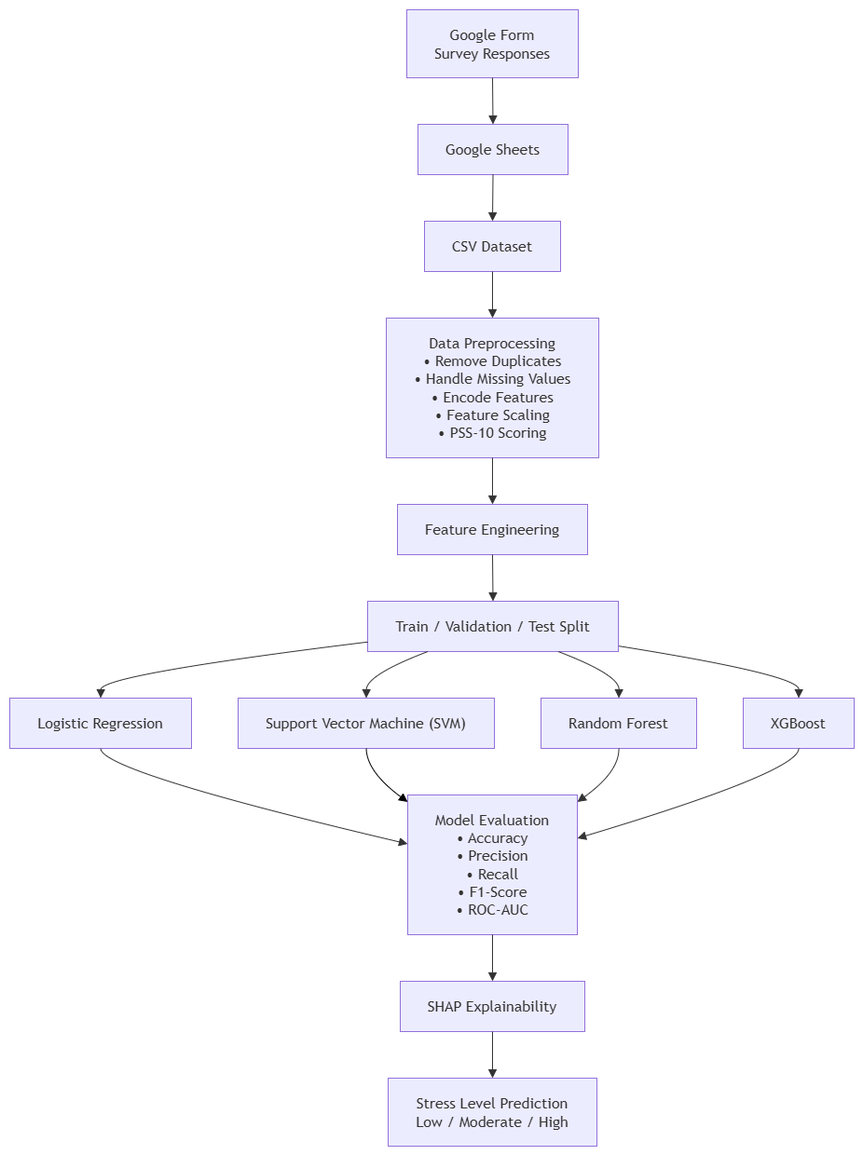
Before: images/architecture_diagram.png, a diagram exported from draw.io (ISURUNIMESH/stress-prediction-xai). Source tidied: cells renumbered, new cells last; positions are measured from the earlier drawing's top-left corner, leaving out a move shared by most shapes.
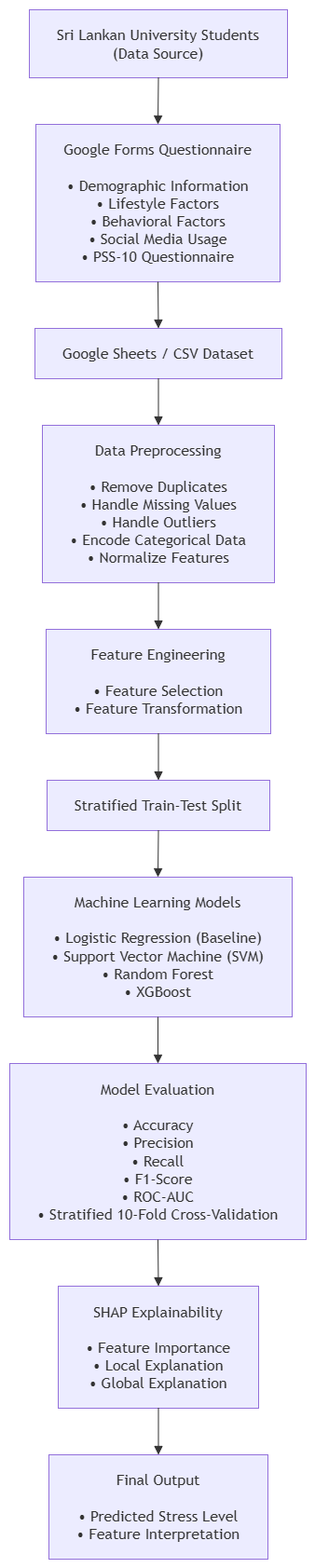
Later version of the same file.

The edit, as a diff of the source:
```diff
@@ -1,127 +1,66 @@
-<mxGraphModel background="light-dark(#FFFFFF,#FFFFFF)">
+<mxGraphModel>
   <root>
     <mxCell id="0" />
     <mxCell id="1" parent="0" />
     <mxCell id="2" style="group;transparentBounds=1;editIcon=1;lockedGroup=0;groupPadding=10;" parent="1" vertex="1">
       <mxGeometry as="geometry" />
     </mxCell>
-    <mxCell id="3" value="Google Form&#10;Survey Responses" style="html=1;whiteSpace=wrap;strokeWidth=1;fillColor=light-dark(#ECECFF,#1f2020);strokeColor=light-dark(#9370DB,#cccccc);fontColor=light-dark(#333333,#cccccc);fontFamily=Trebuchet MS,Verdana,Arial,sans-serif;fontSize=16;" parent="2" vertex="1">
-      <mxGeometry x="456" y="30" width="184" height="73" as="geometry" />
-    </mxCell>
-    <mxCell id="4" value="Google Sheets" style="html=1;whiteSpace=wrap;strokeWidth=1;fillColor=light-dark(#ECECFF,#1f2020);strokeColor=light-dark(#9370DB,#cccccc);fontColor=light-dark(#333333,#cccccc);fontFamily=Trebuchet MS,Verdana,Arial,sans-serif;fontSize=16;" parent="2" vertex="1">
-      <mxGeometry x="468" y="153" width="161" height="54" as="geometry" />
-    </mxCell>
-    <mxCell id="5" value="CSV Dataset" style="html=1;whiteSpace=wrap;strokeWidth=1;fillColor=light-dark(#ECECFF,#1f2020);strokeColor=light-dark(#9370DB,#cccccc);fontColor=light-dark(#333333,#cccccc);fontFamily=Trebuchet MS,Verdana,Arial,sans-serif;fontSize=16;" parent="2" vertex="1">
-      <mxGeometry x="475" y="257" width="146" height="54" as="geometry" />
-    </mxCell>
-    <mxCell id="6" value="Data Preprocessing&#10;• Remove Duplicates&#10;• Handle Missing Values&#10;• Encode Features&#10;• Feature Scaling&#10;• PSS-10 Scoring" style="html=1;whiteSpace=wrap;strokeWidth=1;fillColor=light-dark(#ECECFF,#1f2020);strokeColor=light-dark(#9370DB,#cccccc);fontColor=light-dark(#333333,#cccccc);fontFamily=Trebuchet MS,Verdana,Arial,sans-serif;fontSize=16;" parent="2" vertex="1">
-      <mxGeometry x="434" y="361" width="228" height="150" as="geometry" />
-    </mxCell>
-    <mxCell id="7" value="Feature Engineering" style="html=1;whiteSpace=wrap;strokeWidth=1;fillColor=light-dark(#ECECFF,#1f2020);strokeColor=light-dark(#9370DB,#cccccc);fontColor=light-dark(#333333,#cccccc);fontFamily=Trebuchet MS,Verdana,Arial,sans-serif;fontSize=16;" parent="2" vertex="1">
-      <mxGeometry x="446" y="561" width="204" height="54" as="geometry" />
-    </mxCell>
-    <mxCell id="8" value="Train / Validation / Test Split" style="html=1;whiteSpace=wrap;strokeWidth=1;fillColor=light-dark(#ECECFF,#1f2020);strokeColor=light-dark(#9370DB,#cccccc);fontColor=light-dark(#333333,#cccccc);fontFamily=Trebuchet MS,Verdana,Arial,sans-serif;fontSize=16;" parent="2" vertex="1">
-      <mxGeometry x="414" y="665" width="269" height="54" as="geometry" />
-    </mxCell>
-    <mxCell id="9" value="Logistic Regression" style="html=1;whiteSpace=wrap;strokeWidth=1;fillColor=light-dark(#ECECFF,#1f2020);strokeColor=light-dark(#9370DB,#cccccc);fontColor=light-dark(#333333,#cccccc);fontFamily=Trebuchet MS,Verdana,Arial,sans-serif;fontSize=16;" parent="2" vertex="1">
-      <mxGeometry x="30" y="769" width="195" height="54" as="geometry" />
-    </mxCell>
-    <mxCell id="10" value="Support Vector Machine (SVM)" style="html=1;whiteSpace=wrap;strokeWidth=1;fillColor=light-dark(#ECECFF,#1f2020);strokeColor=light-dark(#9370DB,#cccccc);fontColor=light-dark(#333333,#cccccc);fontFamily=Trebuchet MS,Verdana,Arial,sans-serif;fontSize=16;" parent="2" vertex="1">
-      <mxGeometry x="275" y="769" width="275" height="54" as="geometry" />
-    </mxCell>
-    <mxCell id="11" value="Random Forest" style="html=1;whiteSpace=wrap;strokeWidth=1;fillColor=light-dark(#ECECFF,#1f2020);strokeColor=light-dark(#9370DB,#cccccc);fontColor=light-dark(#333333,#cccccc);fontFamily=Trebuchet MS,Verdana,Arial,sans-serif;fontSize=16;" parent="2" vertex="1">
-      <mxGeometry x="600" y="769" width="167" height="54" as="geometry" />
-    </mxCell>
-    <mxCell id="12" value="XGBoost" style="html=1;whiteSpace=wrap;strokeWidth=1;fillColor=light-dark(#ECECFF,#1f2020);strokeColor=light-dark(#9370DB,#cccccc);fontColor=light-dark(#333333,#cccccc);fontFamily=Trebuchet MS,Verdana,Arial,sans-serif;fontSize=16;" parent="2" vertex="1">
-      <mxGeometry x="817" y="769" width="119" height="54" as="geometry" />
-    </mxCell>
-    <mxCell id="13" value="Model Evaluation&#10;• Accuracy&#10;• Precision&#10;• Recall&#10;• F1-Score&#10;• ROC-AUC" style="html=1;whiteSpace=wrap;strokeWidth=1;fillColor=light-dark(#ECECFF,#1f2020);strokeColor=light-dark(#9370DB,#cccccc);fontColor=light-dark(#333333,#cccccc);fontFamily=Trebuchet MS,Verdana,Arial,sans-serif;fontSize=16;" parent="2" vertex="1">
-      <mxGeometry x="457" y="873" width="182" height="150" as="geometry" />
-    </mxCell>
-    <mxCell id="14" value="SHAP Explainability" style="html=1;whiteSpace=wrap;strokeWidth=1;fillColor=light-dark(#ECECFF,#1f2020);strokeColor=light-dark(#9370DB,#cccccc);fontColor=light-dark(#333333,#cccccc);fontFamily=Trebuchet MS,Verdana,Arial,sans-serif;fontSize=16;" parent="2" vertex="1">
-      <mxGeometry x="449" y="1073" width="198" height="54" as="geometry" />
-    </mxCell>
-    <mxCell id="15" value="Stress Level Prediction&#10;Low / Moderate / High" style="html=1;whiteSpace=wrap;strokeWidth=1;fillColor=light-dark(#ECECFF,#1f2020);strokeColor=light-dark(#9370DB,#cccccc);fontColor=light-dark(#333333,#cccccc);fontFamily=Trebuchet MS,Verdana,Arial,sans-serif;fontSize=16;" parent="2" vertex="1">
-      <mxGeometry x="436" y="1177" width="224" height="73" as="geometry" />
-    </mxCell>
-    <mxCell id="16" style="curved=1;startArrow=none;endArrow=block;endSize=7;strokeColor=light-dark(#333333,#000000);entryX=0.5;entryY=0;rounded=0;" parent="2" edge="1" target="4">
-      <mxGeometry relative="1" as="geometry">
-        <mxPoint x="548" y="103" as="sourcePoint" />
-      </mxGeometry>
-    </mxCell>
-    <mxCell id="17" style="curved=1;startArrow=none;endArrow=block;endSize=7;strokeColor=light-dark(#333333,#000000);exitX=0.5;exitY=1;entryX=0.5;entryY=0;rounded=0;" parent="2" edge="1" source="4" target="5">
-      <mxGeometry relative="1" as="geometry" />
-    </mxCell>
-    <mxCell id="18" style="curved=1;startArrow=none;endArrow=block;endSize=7;strokeColor=light-dark(#333333,#000000);exitX=0.5;exitY=1;entryX=0.5;entryY=0;rounded=0;" parent="2" edge="1" source="5" target="6">
-      <mxGeometry relative="1" as="geometry" />
-    </mxCell>
-    <mxCell id="19" style="curved=1;startArrow=none;endArrow=block;endSize=7;strokeColor=light-dark(#333333,#000000);exitX=0.5;exitY=1;entryX=0.5;entryY=0;rounded=0;" parent="2" edge="1" source="6" target="7">
-      <mxGeometry relative="1" as="geometry" />
-    </mxCell>
-    <mxCell id="20" style="curved=1;startArrow=none;endArrow=block;endSize=7;strokeColor=light-dark(#333333,#000000);exitX=0.5;exitY=1;entryX=0.5;entryY=0;rounded=0;" parent="2" edge="1" source="7" target="8">
-      <mxGeometry relative="1" as="geometry" />
-    </mxCell>
-    <mxCell id="21" style="curved=1;startArrow=none;endArrow=block;endSize=7;strokeColor=light-dark(#333333,#000000);exitX=0;exitY=0.81;entryX=0.5;entryY=0;rounded=0;" parent="2" edge="1" source="8" target="9">
-      <mxGeometry relative="1" as="geometry">
-        <Array as="points">
-          <mxPoint x="128" y="744" />
-        </Array>
-      </mxGeometry>
-    </mxCell>
-    <mxCell id="22" style="curved=1;startArrow=none;endArrow=block;endSize=7;strokeColor=light-dark(#333333,#000000);exitX=0.24;exitY=1;entryX=0.5;entryY=0;rounded=0;" parent="2" edge="1" source="8" target="10">
-      <mxGeometry relative="1" as="geometry">
-        <Array as="points">
-          <mxPoint x="413" y="744" />
-        </Array>
-      </mxGeometry>
-    </mxCell>
-    <mxCell id="23" style="curved=1;startArrow=none;endArrow=block;endSize=7;strokeColor=light-dark(#333333,#000000);exitX=0.76;exitY=1;entryX=0.5;entryY=0;rounded=0;" parent="2" edge="1" source="8" target="11">
-      <mxGeometry relative="1" as="geometry">
-        <Array as="points">
-          <mxPoint x="684" y="744" />
-        </Array>
-      </mxGeometry>
-    </mxCell>
-    <mxCell id="24" style="curved=1;startArrow=none;endArrow=block;endSize=7;strokeColor=light-dark(#333333,#000000);exitX=1;exitY=0.89;entryX=0.5;entryY=0;rounded=0;" parent="2" edge="1" source="8" target="12">
-      <mxGeometry relative="1" as="geometry">
-        <Array as="points">
-          <mxPoint x="877" y="744" />
-        </Array>
-      </mxGeometry>
-    </mxCell>
-    <mxCell id="25" style="curved=1;startArrow=none;endArrow=block;endSize=7;strokeColor=light-dark(#333333,#000000);exitX=0.5;exitY=1;entryX=0;entryY=0.35;rounded=0;" parent="2" edge="1" source="9" target="13">
-      <mxGeometry relative="1" as="geometry">
-        <Array as="points">
-          <mxPoint x="128" y="848" />
-        </Array>
-      </mxGeometry>
-    </mxCell>
-    <mxCell id="26" style="curved=1;startArrow=none;endArrow=block;endSize=7;exitX=0.5;exitY=1;entryX=0;entryY=0.05;rounded=0;strokeColor=light-dark(#000000,#000000);" parent="2" edge="1" source="10" target="13">
-      <mxGeometry relative="1" as="geometry">
-        <Array as="points">
-          <mxPoint x="413" y="848" />
-        </Array>
-      </mxGeometry>
-    </mxCell>
-    <mxCell id="27" style="curved=1;startArrow=none;endArrow=block;endSize=7;strokeColor=light-dark(#333333,#000000);exitX=0.5;exitY=1;entryX=1;entryY=0.05;rounded=0;" parent="2" edge="1" source="11" target="13">
-      <mxGeometry relative="1" as="geometry">
-        <Array as="points">
-          <mxPoint x="684" y="848" />
-        </Array>
-      </mxGeometry>
-    </mxCell>
-    <mxCell id="28" style="curved=1;startArrow=none;endArrow=block;endSize=7;strokeColor=light-dark(#333333,#000000);exitX=0.5;exitY=1;entryX=1;entryY=0.31;rounded=0;" parent="2" edge="1" source="12" target="13">
-      <mxGeometry relative="1" as="geometry">
-        <Array as="points">
-          <mxPoint x="877" y="848" />
-        </Array>
-      </mxGeometry>
-    </mxCell>
-    <mxCell id="29" style="curved=1;startArrow=none;endArrow=block;endSize=7;strokeColor=light-dark(#333333,#000000);exitX=0.5;exitY=1;entryX=0.5;entryY=0;rounded=0;" parent="2" edge="1" source="13" target="14">
-      <mxGeometry relative="1" as="geometry" />
-    </mxCell>
-    <mxCell id="30" style="curved=1;startArrow=none;endArrow=block;endSize=7;strokeColor=light-dark(#333333,#000000);exitX=0.5;exitY=1;entryX=0.5;entryY=0;rounded=0;" parent="2" edge="1" source="14" target="15">
-      <mxGeometry relative="1" as="geometry" />
-    </mxCell>
+    <mxCell id="31" value="Sri Lankan University Students&#10;(Data Source)" style="html=1;whiteSpace=wrap;strokeWidth=1;fillColor=light-dark(#ECECFF,#1f2020);strokeColor=light-dark(#9370DB,#cccccc);fontColor=light-dark(#333333,#cccccc);fontFamily=Trebuchet MS,Verdana,Arial,sans-serif;fontSize=16;" parent="2" vertex="1">
+      <mxGeometry x="51" y="30" width="277" height="73" as="geometry" />
+    </mxCell>
+    <mxCell id="32" value="Google Forms Questionnaire&#10;&#10;• Demographic Information&#10;• Lifestyle Factors&#10;• Behavioral Factors&#10;• Social Media Usage&#10;• PSS-10 Questionnaire" style="html=1;whiteSpace=wrap;strokeWidth=1;fillColor=light-dark(#ECECFF,#1f2020);strokeColor=light-dark(#9370DB,#cccccc);fontColor=light-dark(#333333,#cccccc);fontFamily=Trebuchet MS,Verdana,Arial,sans-serif;fontSize=16;" parent="2" vertex="1">
+      <mxGeometry x="58" y="153" width="262" height="169" as="geometry" />
+    </mxCell>
+    <mxCell id="33" value="Google Sheets / CSV Dataset" style="html=1;whiteSpace=wrap;strokeWidth=1;fillColor=light-dark(#ECECFF,#1f2020);strokeColor=light-dark(#9370DB,#cccccc);fontColor=light-dark(#333333,#cccccc);fontFamily=Trebuchet MS,Verdana,Arial,sans-serif;fontSize=16;" parent="2" vertex="1">
+      <mxGeometry x="57" y="372" width="265" height="54" as="geometry" />
+    </mxCell>
+    <mxCell id="34" value="Data Preprocessing&#10;&#10;• Remove Duplicates&#10;• Handle Missing Values&#10;• Handle Outliers&#10;• Encode Categorical Data&#10;• Normalize Features" style="html=1;whiteSpace=wrap;strokeWidth=1;fillColor=light-dark(#ECECFF,#1f2020);strokeColor=light-dark(#9370DB,#cccccc);fontColor=light-dark(#333333,#cccccc);fontFamily=Trebuchet MS,Verdana,Arial,sans-serif;fontSize=16;" parent="2" vertex="1">
+      <mxGeometry x="65" y="476" width="249" height="169" as="geometry" />
+    </mxCell>
+    <mxCell id="35" value="Feature Engineering&#10;&#10;• Feature Selection&#10;• Feature Transformation" style="html=1;whiteSpace=wrap;strokeWidth=1;fillColor=light-dark(#ECECFF,#1f2020);strokeColor=light-dark(#9370DB,#cccccc);fontColor=light-dark(#333333,#cccccc);fontFamily=Trebuchet MS,Verdana,Arial,sans-serif;fontSize=16;" parent="2" vertex="1">
+      <mxGeometry x="69" y="695" width="241" height="112" as="geometry" />
+    </mxCell>
+    <mxCell id="36" value="Stratified Train-Test Split" style="html=1;whiteSpace=wrap;strokeWidth=1;fillColor=light-dark(#ECECFF,#1f2020);strokeColor=light-dark(#9370DB,#cccccc);fontColor=light-dark(#333333,#cccccc);fontFamily=Trebuchet MS,Verdana,Arial,sans-serif;fontSize=16;" parent="2" vertex="1">
+      <mxGeometry x="70" y="857" width="239" height="54" as="geometry" />
+    </mxCell>
+    <mxCell id="37" value="Machine Learning Models&#10;&#10;• Logistic Regression (Baseline)&#10;• Support Vector Machine (SVM)&#10;• Random Forest&#10;• XGBoost" style="html=1;whiteSpace=wrap;strokeWidth=1;fillColor=light-dark(#ECECFF,#1f2020);strokeColor=light-dark(#9370DB,#cccccc);fontColor=light-dark(#333333,#cccccc);fontFamily=Trebuchet MS,Verdana,Arial,sans-serif;fontSize=16;" parent="2" vertex="1">
+      <mxGeometry x="45" y="961" width="288" height="150" as="geometry" />
+    </mxCell>
+    <mxCell id="38" value="Model Evaluation&#10;&#10;• Accuracy&#10;• Precision&#10;• Recall&#10;• F1-Score&#10;• ROC-AUC&#10;• Stratified 10-Fold Cross-Validation" style="html=1;whiteSpace=wrap;strokeWidth=1;fillColor=light-dark(#ECECFF,#1f2020);strokeColor=light-dark(#9370DB,#cccccc);fontColor=light-dark(#333333,#cccccc);fontFamily=Trebuchet MS,Verdana,Arial,sans-serif;fontSize=16;" parent="2" vertex="1">
+      <mxGeometry x="30" y="1161" width="318" height="189" as="geometry" />
+    </mxCell>
+    <mxCell id="39" value="SHAP Explainability&#10;&#10;• Feature Importance&#10;• Local Explanation&#10;• Global Explanation" style="html=1;whiteSpace=wrap;strokeWidth=1;fillColor=light-dark(#ECECFF,#1f2020);strokeColor=light-dark(#9370DB,#cccccc);fontColor=light-dark(#333333,#cccccc);fontFamily=Trebuchet MS,Verdana,Arial,sans-serif;fontSize=16;" parent="2" vertex="1">
+      <mxGeometry x="82" y="1400" width="215" height="131" as="geometry" />
+    </mxCell>
+    <mxCell id="40" value="Final Output&#10;&#10;• Predicted Stress Level&#10;• Feature Interpretation" style="html=1;whiteSpace=wrap;strokeWidth=1;fillColor=light-dark(#ECECFF,#1f2020);strokeColor=light-dark(#9370DB,#cccccc);fontColor=light-dark(#333333,#cccccc);fontFamily=Trebuchet MS,Verdana,Arial,sans-serif;fontSize=16;" parent="2" vertex="1">
+      <mxGeometry x="72" y="1581" width="235" height="112" as="geometry" />
+    </mxCell>
+    <mxCell id="41" style="curved=1;startArrow=none;endArrow=block;endSize=7;strokeColor=light-dark(#333333,#cccccc);exitX=0.5;exitY=1;entryX=0.5;entryY=0;rounded=0;" parent="2" edge="1" source="31" target="32">
+      <mxGeometry relative="1" as="geometry" />
+    </mxCell>
+    <mxCell id="42" style="curved=1;startArrow=none;endArrow=block;endSize=7;strokeColor=light-dark(#333333,#cccccc);exitX=0.5;exitY=1;entryX=0.5;entryY=0;rounded=0;" parent="2" edge="1" source="32" target="33">
+      <mxGeometry relative="1" as="geometry" />
+    </mxCell>
+    <mxCell id="43" style="curved=1;startArrow=none;endArrow=block;endSize=7;strokeColor=light-dark(#333333,#cccccc);exitX=0.5;exitY=1;entryX=0.5;entryY=0;rounded=0;" parent="2" edge="1" source="33" target="34">
+      <mxGeometry relative="1" as="geometry" />
+    </mxCell>
+    <mxCell id="44" style="curved=1;startArrow=none;endArrow=block;endSize=7;strokeColor=light-dark(#333333,#cccccc);exitX=0.5;exitY=1;entryX=0.5;entryY=0;rounded=0;" parent="2" edge="1" source="34" target="35">
+      <mxGeometry relative="1" as="geometry" />
+    </mxCell>
+    <mxCell id="45" style="curved=1;startArrow=none;endArrow=block;endSize=7;strokeColor=light-dark(#333333,#cccccc);exitX=0.5;exitY=1;entryX=0.5;entryY=0;rounded=0;" parent="2" edge="1" source="35" target="36">
+      <mxGeometry relative="1" as="geometry" />
+    </mxCell>
+    <mxCell id="46" style="curved=1;startArrow=none;endArrow=block;endSize=7;strokeColor=light-dark(#333333,#cccccc);exitX=0.5;exitY=1;entryX=0.5;entryY=0;rounded=0;" parent="2" edge="1" source="36" target="37">
+      <mxGeometry relative="1" as="geometry" />
+    </mxCell>
+    <mxCell id="47" style="curved=1;startArrow=none;endArrow=block;endSize=7;strokeColor=light-dark(#333333,#cccccc);exitX=0.5;exitY=1;entryX=0.5;entryY=0;rounded=0;" parent="2" edge="1" source="37" target="38">
+      <mxGeometry relative="1" as="geometry" />
+    </mxCell>
+    <mxCell id="48" style="curved=1;startArrow=none;endArrow=block;endSize=7;strokeColor=light-dark(#333333,#cccccc);exitX=0.5;exitY=1;entryX=0.5;entryY=0;rounded=0;" parent="2" edge="1" source="38" target="39">
+      <mxGeometry relative="1" as="geometry" />
+    </mxCell>
+    <mxCell id="49" style="curved=1;startArrow=none;endArrow=block;endSize=7;strokeColor=light-dark(#333333,#cccccc);exitX=0.5;exitY=1;entryX=0.5;entryY=0;rounded=0;" parent="2" edge="1" source="39" target="40">
+      <mxGeometry relative="1" as="geometry" />
+    </mxCell>
   </root>
 </mxGraphModel>
```
